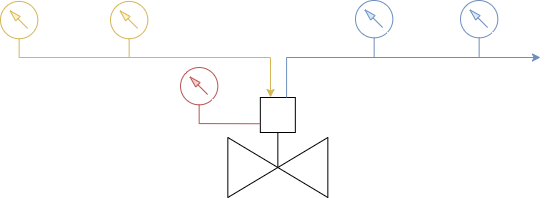
This is ValveDiagram_hydraulic.png from przesmak/flowchart, a draw.io export, as it was before one commit. Source tidied: cells renumbered, new cells last; positions are measured from the earlier drawing's top-left corner, leaving out a move shared by most shapes. Its diagram source:
```xml
<mxGraphModel>
  <root>
    <mxCell id="0" />
    <mxCell id="1" parent="0" />
    <mxCell id="2" style="verticalLabelPosition=bottom;align=center;html=1;verticalAlign=top;dashed=0;shape=mxgraph.pid2valves.valve;valveType=gate;actuator=powered;" parent="1" vertex="1">
      <mxGeometry x="227.3" y="97" width="100" height="100" as="geometry" />
    </mxCell>
    <mxCell id="3" style="strokeColor=none;fillColor=none;fontStyle=1;fontSize=14;" parent="2" vertex="1">
      <mxGeometry x="32.5" width="35" height="35" as="geometry" />
    </mxCell>
    <mxCell id="4" style="edgeStyle=orthogonalEdgeStyle;rounded=0;jettySize=auto;html=1;exitX=0.5;exitY=1;exitDx=0;exitDy=0;exitPerimeter=0;fillColor=#fff2cc;strokeColor=#d6b656;" parent="1" edge="1" source="5">
      <mxGeometry relative="1" as="geometry">
        <mxPoint x="270" y="97" as="targetPoint" />
        <Array as="points">
          <mxPoint x="270" y="57" />
          <mxPoint x="270" y="97" />
        </Array>
      </mxGeometry>
    </mxCell>
    <mxCell id="5" style="verticalLabelPosition=bottom;html=1;verticalAlign=top;strokeColor=#d6b656;fillColor=#fff2cc;align=center;outlineConnect=0;shape=mxgraph.fluid_power.x11820;points=[[0.5,1,0]];" parent="1" vertex="1">
      <mxGeometry y="0.9" width="37.3" height="56.1" as="geometry" />
    </mxCell>
    <mxCell id="6" style="verticalLabelPosition=bottom;html=1;verticalAlign=top;strokeColor=#d6b656;fillColor=#fff2cc;align=center;shape=mxgraph.fluid_power.x11820;" parent="1" vertex="1">
      <mxGeometry x="110" y="0.9" width="37.3" height="56.1" as="geometry" />
    </mxCell>
    <mxCell id="7" style="edgeStyle=none;rounded=0;jettySize=auto;html=1;exitX=0.5;exitY=1;exitDx=0;exitDy=0;exitPerimeter=0;entryX=0;entryY=0.75;entryDx=0;entryDy=0;endArrow=none;endFill=0;fillColor=#f8cecc;strokeColor=#b85450;" parent="1" edge="1" source="8" target="3">
      <mxGeometry relative="1" as="geometry" />
    </mxCell>
    <mxCell id="8" style="verticalLabelPosition=bottom;html=1;verticalAlign=top;strokeColor=#b85450;fillColor=#f8cecc;align=center;outlineConnect=0;shape=mxgraph.fluid_power.x11820;points=[[0.5,1,0]];" parent="1" vertex="1">
      <mxGeometry x="180" y="67" width="37.3" height="56.1" as="geometry" />
    </mxCell>
    <mxCell id="9" style="verticalLabelPosition=bottom;html=1;verticalAlign=top;strokeColor=#6c8ebf;fillColor=#dae8fc;align=center;shape=mxgraph.fluid_power.x11820;" parent="1" vertex="1">
      <mxGeometry x="355" width="37.3" height="56.1" as="geometry" />
    </mxCell>
    <mxCell id="10" style="verticalLabelPosition=bottom;html=1;verticalAlign=top;strokeColor=#6c8ebf;fillColor=#dae8fc;align=center;shape=mxgraph.fluid_power.x11820;" parent="1" vertex="1">
      <mxGeometry x="460" width="37.3" height="56.1" as="geometry" />
    </mxCell>
    <mxCell id="11" style="edgeStyle=orthogonalEdgeStyle;rounded=0;jettySize=auto;html=1;exitX=0.75;exitY=0;exitDx=0;exitDy=0;fillColor=#dae8fc;strokeColor=#6c8ebf;" parent="1" edge="1" source="3">
      <mxGeometry relative="1" as="geometry">
        <mxPoint x="540" y="57" as="targetPoint" />
        <Array as="points">
          <mxPoint x="286" y="57" />
        </Array>
      </mxGeometry>
    </mxCell>
  </root>
</mxGraphModel>
```
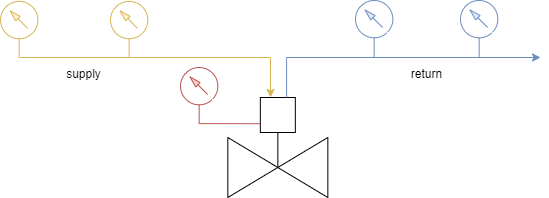
Above is the later version.

Change to the diagram source:
```diff
@@ -43,5 +43,11 @@
         </Array>
       </mxGeometry>
     </mxCell>
+    <mxCell id="12" value="supply" style="rounded=0;whiteSpace=wrap;html=1;strokeColor=none;" parent="1" vertex="1">
+      <mxGeometry x="37.3" y="58" width="93" height="30" as="geometry" />
+    </mxCell>
+    <mxCell id="13" value="return" style="rounded=0;whiteSpace=wrap;html=1;strokeColor=none;" parent="1" vertex="1">
+      <mxGeometry x="380" y="58" width="93" height="30" as="geometry" />
+    </mxCell>
   </root>
 </mxGraphModel>
```
